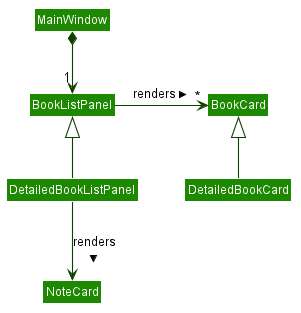
Above: docs/images/UiViewClassDiagram.png in pennhanlee/tp (PlantUML), before the change.
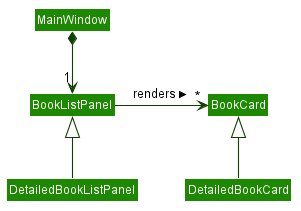
The same file after the commit.

What changed in the source:
```diff
@@ -57,12 +57,10 @@
 class DetailedBookListPanel
 class BookCard
 class DetailedBookCard
-class NoteCard
 
 MainWindow *-down-> "1" BookListPanel
 BookListPanel -right-> "*" BookCard : renders >
 DetailedBookListPanel -up-|> BookListPanel
 DetailedBookCard -up-|> BookCard
-DetailedBookListPanel -down-> NoteCard : renders >
 
 @enduml
```
